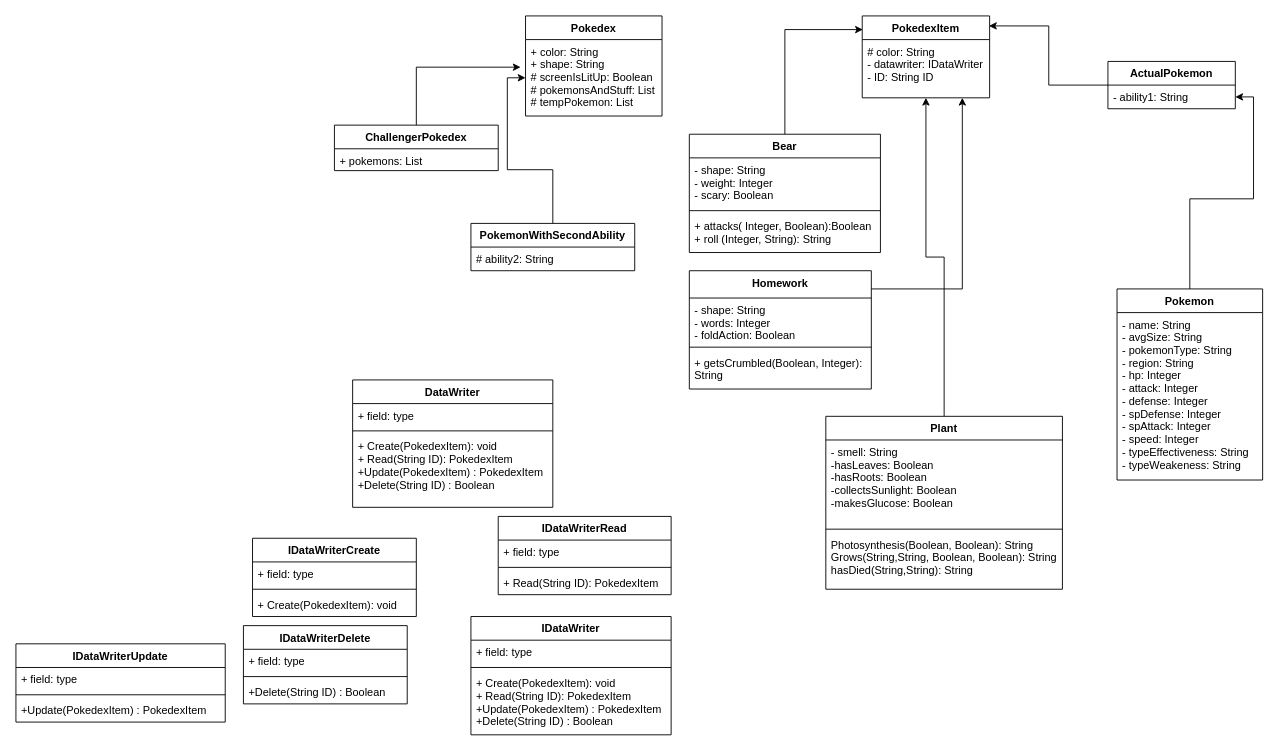
Earlier version of the draw.io diagram Class Diagrams-5.drawio (Uplift-Foundation/PokedexGameJava). Source tidied: cells renumbered, new cells numbered last; positions are measured from the earlier drawing's top-left corner, leaving out a move shared by most shapes. Both pictures are drawn from the tidied source at 91%, with x=0, y=0 at pixel (15, 15).
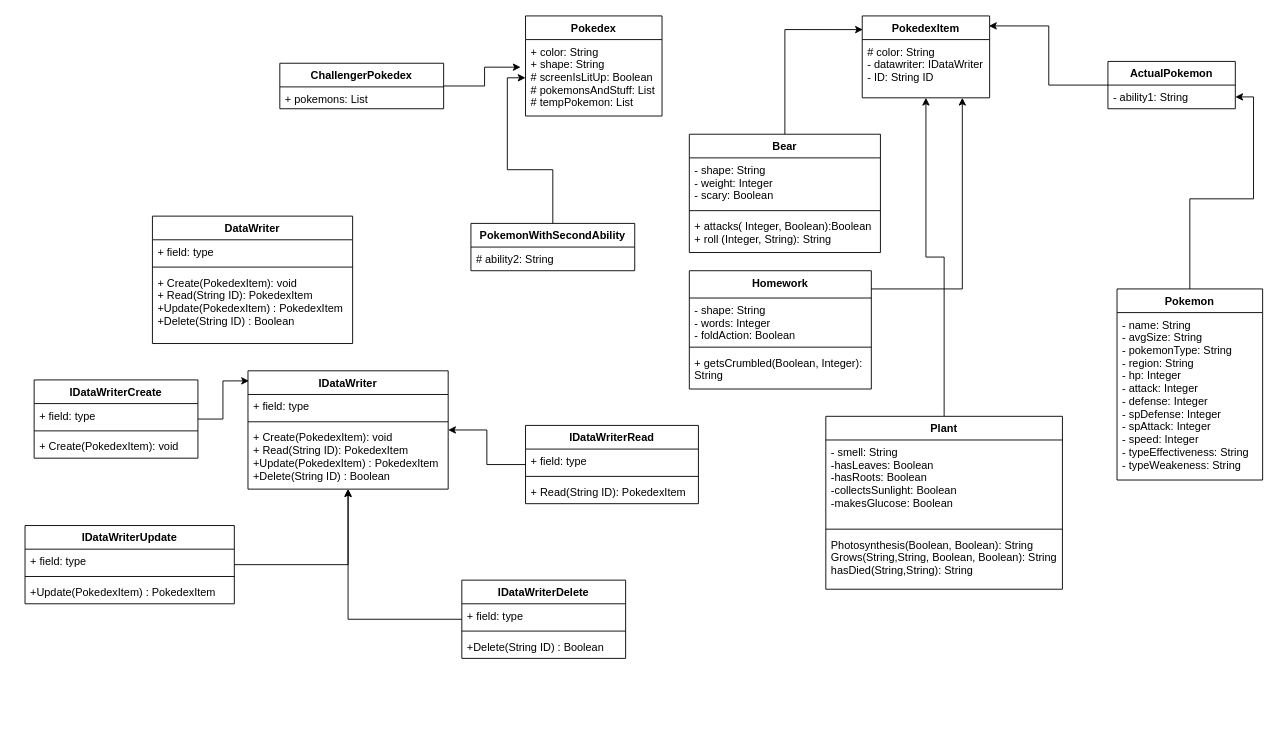
The same diagram, later.

Change to the diagram source:
```diff
@@
     <mxCell id="30" value="DataWriter" style="swimlane;fontStyle=1;align=center;verticalAlign=top;horizontal=1;startSize=26;" parent="1" vertex="1">
-      <mxGeometry x="370" y="400" width="220" height="140" as="geometry" />
+      <mxGeometry x="150" y="220" width="220" height="140" as="geometry" />
     </mxCell>
@@
+    <mxCell id="57" style="edgeStyle=orthogonalEdgeStyle;rounded=0;jettySize=auto;html=1;entryX=0.005;entryY=0.085;entryDx=0;entryDy=0;entryPerimeter=0;" parent="1" edge="1" source="34" target="50">
+      <mxGeometry relative="1" as="geometry" />
+    </mxCell>
     <mxCell id="34" value="IDataWriterCreate" style="swimlane;fontStyle=1;align=center;verticalAlign=top;horizontal=1;startSize=26;" parent="1" vertex="1">
-      <mxGeometry x="260" y="574" width="180" height="86" as="geometry" />
+      <mxGeometry x="20" y="400" width="180" height="86" as="geometry" />
     </mxCell>
@@
+    <mxCell id="58" style="edgeStyle=orthogonalEdgeStyle;rounded=0;jettySize=auto;html=1;" parent="1" edge="1" source="38" target="50">
+      <mxGeometry relative="1" as="geometry" />
+    </mxCell>
     <mxCell id="38" value="IDataWriterRead" style="swimlane;fontStyle=1;align=center;verticalAlign=top;horizontal=1;startSize=26;" parent="1" vertex="1">
-      <mxGeometry x="530" y="550" width="190" height="86" as="geometry" />
+      <mxGeometry x="560" y="450" width="190" height="86" as="geometry" />
     </mxCell>
@@
+    <mxCell id="59" style="edgeStyle=orthogonalEdgeStyle;rounded=0;jettySize=auto;html=1;" parent="1" edge="1" source="42" target="50">
+      <mxGeometry relative="1" as="geometry" />
+    </mxCell>
     <mxCell id="42" value="IDataWriterUpdate" style="swimlane;fontStyle=1;align=center;verticalAlign=top;horizontal=1;startSize=26;" parent="1" vertex="1">
-      <mxGeometry y="690" width="230" height="86" as="geometry" />
+      <mxGeometry x="10" y="560" width="230" height="86" as="geometry" />
     </mxCell>
@@
+    <mxCell id="60" style="edgeStyle=orthogonalEdgeStyle;rounded=0;jettySize=auto;html=1;" parent="1" edge="1" source="46" target="50">
+      <mxGeometry relative="1" as="geometry" />
+    </mxCell>
     <mxCell id="46" value="IDataWriterDelete" style="swimlane;fontStyle=1;align=center;verticalAlign=top;horizontal=1;startSize=26;" parent="1" vertex="1">
-      <mxGeometry x="250" y="670" width="180" height="86" as="geometry" />
+      <mxGeometry x="490" y="620" width="180" height="86" as="geometry" />
     </mxCell>
@@
     <mxCell id="50" value="IDataWriter" style="swimlane;fontStyle=1;align=center;verticalAlign=top;horizontal=1;startSize=26;" parent="1" vertex="1">
-      <mxGeometry x="500" y="660" width="220" height="130" as="geometry" />
+      <mxGeometry x="255" y="390" width="220" height="130" as="geometry" />
     </mxCell>
@@
     <mxCell id="55" value="ChallengerPokedex" style="swimlane;fontStyle=1;horizontal=1;startSize=26;fillColor=none;rounded=0;sketch=0;html=0;" parent="1" vertex="1">
-      <mxGeometry x="350" y="120" width="180" height="50" as="geometry" />
+      <mxGeometry x="290" y="52" width="180" height="50" as="geometry" />
     </mxCell>
```
